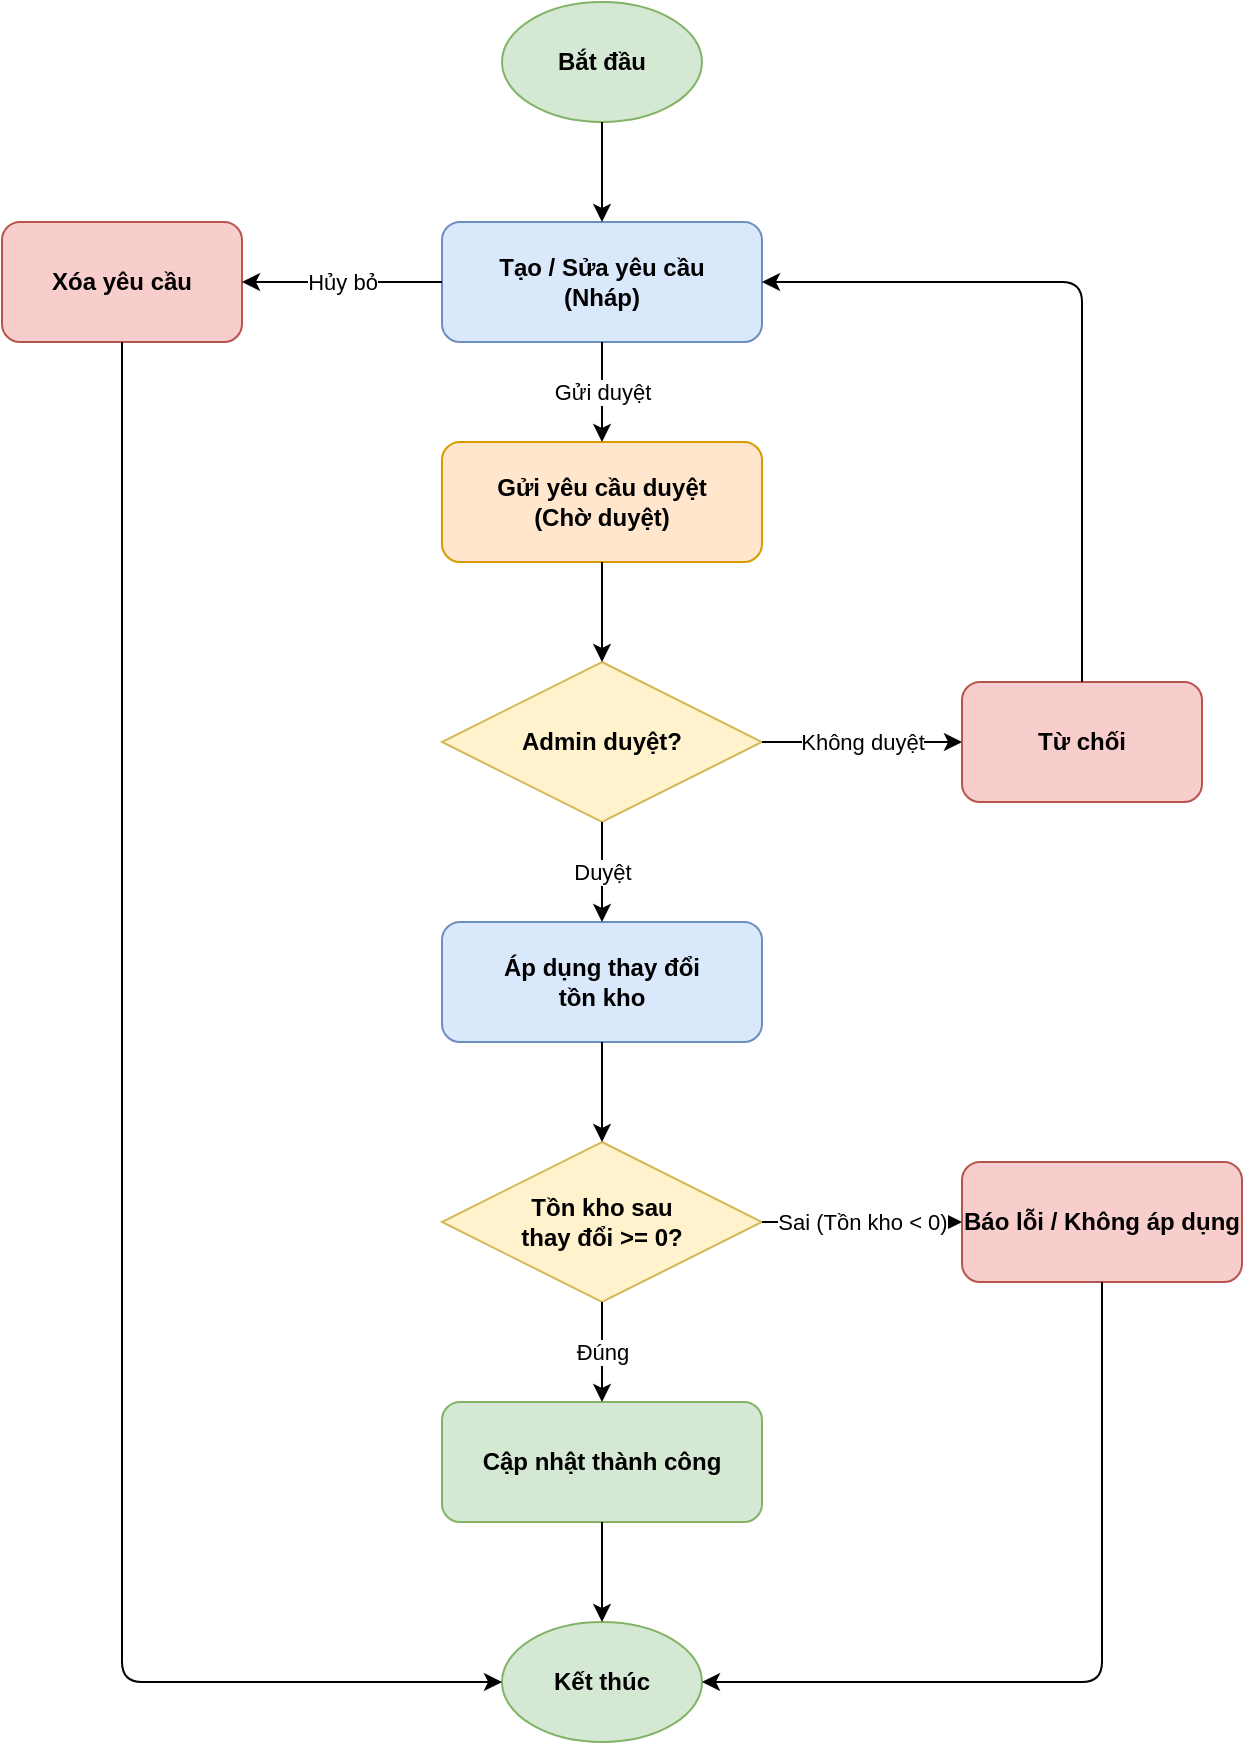
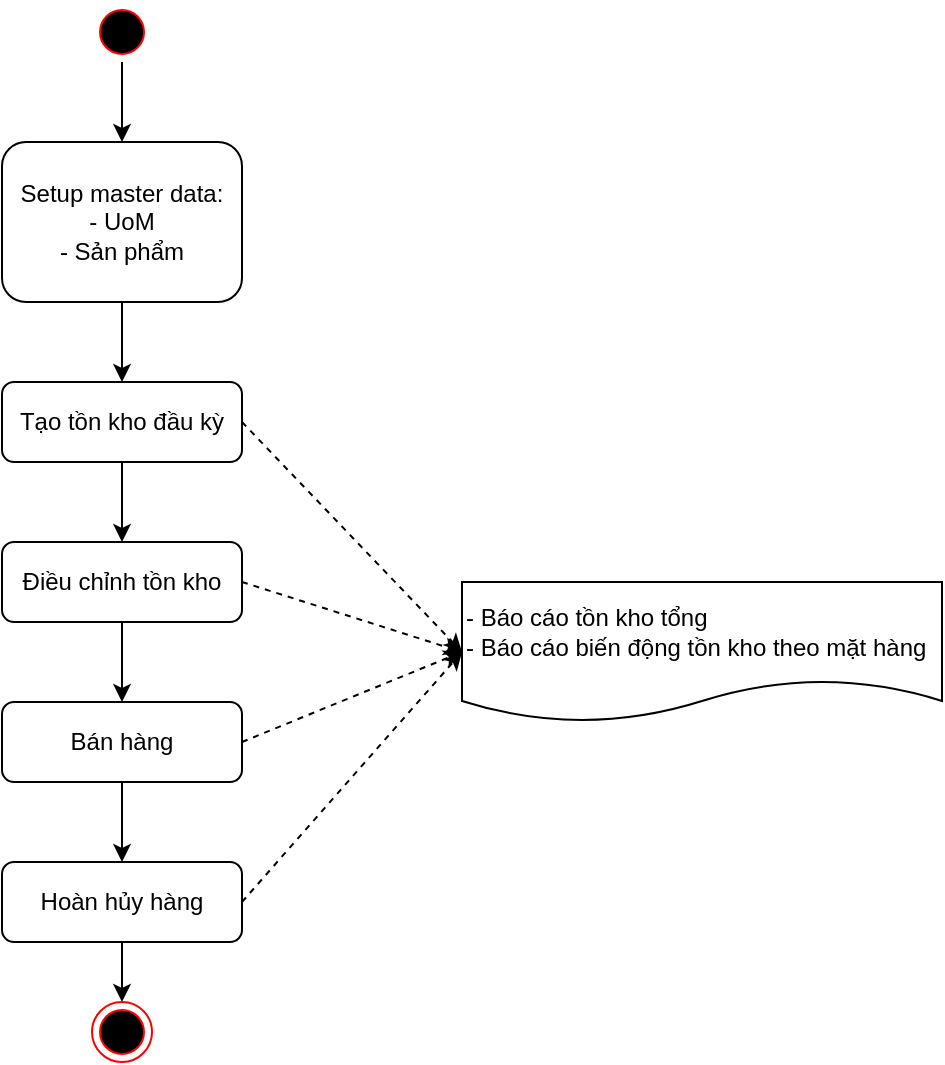
<mxfile host="app.diagrams.net">
-   <diagram name="Quy trình Điều chỉnh tồn kho" id="0">
-     <mxGraphModel dx="1414" dy="880" grid="1" gridSize="10" guides="1" tooltips="1" connect="1" arrows="1" fold="1" page="1" pageScale="1" pageWidth="827" pageHeight="1169" math="0" shadow="0">
+   <diagram id="wDYELTdi4v3dXSynDQ-u" name="Page-2">
+     <mxGraphModel dx="717" dy="473" grid="1" gridSize="10" guides="1" tooltips="1" connect="1" arrows="1" fold="1" page="1" pageScale="1" pageWidth="827" pageHeight="1169" math="0" shadow="0">
      <root>
        <mxCell id="0" />
        <mxCell id="1" parent="0" />
-         <mxCell id="2" parent="1" style="ellipse;whiteSpace=wrap;html=1;fillColor=#d5e8d4;strokeColor=#82b366;fontStyle=1;" value="Bắt đầu" vertex="1">
-           <mxGeometry height="60" width="100" x="400" y="50" as="geometry" />
-         </mxCell>
-         <mxCell id="3" parent="1" style="rounded=1;whiteSpace=wrap;html=1;fillColor=#dae8fc;strokeColor=#6c8ebf;fontStyle=1;" value="Tạo / Sửa yêu cầu&#xa;(Nháp)" vertex="1">
-           <mxGeometry height="60" width="160" x="370" y="160" as="geometry" />
-         </mxCell>
-         <mxCell id="4" parent="1" style="rounded=1;whiteSpace=wrap;html=1;fillColor=#f8cecc;strokeColor=#b85450;fontStyle=1;" value="Xóa yêu cầu" vertex="1">
-           <mxGeometry height="60" width="120" x="150" y="160" as="geometry" />
-         </mxCell>
-         <mxCell id="5" parent="1" style="rounded=1;whiteSpace=wrap;html=1;fillColor=#ffe6cc;strokeColor=#d79b00;fontStyle=1;" value="Gửi yêu cầu duyệt&#xa;(Chờ duyệt)" vertex="1">
-           <mxGeometry height="60" width="160" x="370" y="270" as="geometry" />
-         </mxCell>
-         <mxCell id="6" parent="1" style="rhombus;whiteSpace=wrap;html=1;fillColor=#fff2cc;strokeColor=#d6b656;fontStyle=1;" value="Admin duyệt?" vertex="1">
-           <mxGeometry height="80" width="160" x="370" y="380" as="geometry" />
-         </mxCell>
-         <mxCell id="7" parent="1" style="rounded=1;whiteSpace=wrap;html=1;fillColor=#f8cecc;strokeColor=#b85450;fontStyle=1;" value="Từ chối" vertex="1">
-           <mxGeometry height="60" width="120" x="630" y="390" as="geometry" />
-         </mxCell>
-         <mxCell id="8" parent="1" style="rounded=1;whiteSpace=wrap;html=1;fillColor=#dae8fc;strokeColor=#6c8ebf;fontStyle=1;" value="Áp dụng thay đổi&#xa;tồn kho" vertex="1">
-           <mxGeometry height="60" width="160" x="370" y="510" as="geometry" />
-         </mxCell>
-         <mxCell id="9" parent="1" style="rhombus;whiteSpace=wrap;html=1;fillColor=#fff2cc;strokeColor=#d6b656;fontStyle=1;" value="Tồn kho sau&#xa;thay đổi &gt;= 0?" vertex="1">
-           <mxGeometry height="80" width="160" x="370" y="620" as="geometry" />
-         </mxCell>
-         <mxCell id="10" parent="1" style="rounded=1;whiteSpace=wrap;html=1;fillColor=#f8cecc;strokeColor=#b85450;fontStyle=1;" value="Báo lỗi / Không áp dụng" vertex="1">
-           <mxGeometry height="60" width="140" x="630" y="630" as="geometry" />
-         </mxCell>
-         <mxCell id="11" parent="1" style="rounded=1;whiteSpace=wrap;html=1;fillColor=#d5e8d4;strokeColor=#82b366;fontStyle=1;" value="Cập nhật thành công" vertex="1">
-           <mxGeometry height="60" width="160" x="370" y="750" as="geometry" />
-         </mxCell>
-         <mxCell id="12" parent="1" style="ellipse;whiteSpace=wrap;html=1;fillColor=#d5e8d4;strokeColor=#82b366;fontStyle=1;" value="Kết thúc" vertex="1">
-           <mxGeometry height="60" width="100" x="400" y="860" as="geometry" />
-         </mxCell>
-         <mxCell id="e1" edge="1" parent="1" source="2" style="edgeStyle=orthogonalEdgeStyle;rounded=1;orthogonalLoop=1;jettySize=auto;html=1;" target="3" value="">
+         <mxCell id="L1_8k1_psxiAruT_MEx9-6" edge="1" parent="1" source="L1_8k1_psxiAruT_MEx9-1" style="edgeStyle=orthogonalEdgeStyle;rounded=0;orthogonalLoop=1;jettySize=auto;html=1;" target="L1_8k1_psxiAruT_MEx9-5" value="">
          <mxGeometry relative="1" as="geometry" />
        </mxCell>
-         <mxCell id="e2" edge="1" parent="1" source="3" style="edgeStyle=orthogonalEdgeStyle;rounded=1;orthogonalLoop=1;jettySize=auto;html=1;" target="4" value="Hủy bỏ">
+         <mxCell id="L1_8k1_psxiAruT_MEx9-1" parent="1" style="rounded=1;whiteSpace=wrap;html=1;" value="Setup master data:&lt;div&gt;- UoM&lt;/div&gt;&lt;div&gt;- Sản phẩm&lt;/div&gt;" vertex="1">
+           <mxGeometry height="80" width="120" x="320" y="80" as="geometry" />
+         </mxCell>
+         <mxCell id="L1_8k1_psxiAruT_MEx9-4" edge="1" parent="1" source="L1_8k1_psxiAruT_MEx9-2" style="edgeStyle=orthogonalEdgeStyle;rounded=0;orthogonalLoop=1;jettySize=auto;html=1;exitX=0.5;exitY=1;exitDx=0;exitDy=0;" target="L1_8k1_psxiAruT_MEx9-1">
          <mxGeometry relative="1" as="geometry" />
        </mxCell>
-         <mxCell id="e3" edge="1" parent="1" source="3" style="edgeStyle=orthogonalEdgeStyle;rounded=1;orthogonalLoop=1;jettySize=auto;html=1;" target="5" value="Gửi duyệt">
+         <mxCell id="L1_8k1_psxiAruT_MEx9-2" parent="1" style="ellipse;html=1;shape=startState;fillColor=#000000;strokeColor=#ff0000;" value="" vertex="1">
+           <mxGeometry height="30" width="30" x="365" y="10" as="geometry" />
+         </mxCell>
+         <mxCell id="L1_8k1_psxiAruT_MEx9-8" edge="1" parent="1" source="L1_8k1_psxiAruT_MEx9-5" style="edgeStyle=orthogonalEdgeStyle;rounded=0;orthogonalLoop=1;jettySize=auto;html=1;" target="L1_8k1_psxiAruT_MEx9-7" value="">
          <mxGeometry relative="1" as="geometry" />
        </mxCell>
-         <mxCell id="e4" edge="1" parent="1" source="5" style="edgeStyle=orthogonalEdgeStyle;rounded=1;orthogonalLoop=1;jettySize=auto;html=1;" target="6" value="">
+         <mxCell id="L1_8k1_psxiAruT_MEx9-21" edge="1" parent="1" source="L1_8k1_psxiAruT_MEx9-5" style="edgeStyle=none;shape=connector;rounded=0;orthogonalLoop=1;jettySize=auto;html=1;exitX=1;exitY=0.5;exitDx=0;exitDy=0;entryX=0;entryY=0.5;entryDx=0;entryDy=0;dashed=1;strokeColor=default;align=center;verticalAlign=middle;fontFamily=Helvetica;fontSize=11;fontColor=default;labelBackgroundColor=default;endArrow=classic;" target="L1_8k1_psxiAruT_MEx9-15">
          <mxGeometry relative="1" as="geometry" />
        </mxCell>
-         <mxCell id="e5" edge="1" parent="1" source="6" style="edgeStyle=orthogonalEdgeStyle;rounded=1;orthogonalLoop=1;jettySize=auto;html=1;" target="7" value="Không duyệt">
+         <mxCell id="L1_8k1_psxiAruT_MEx9-5" parent="1" style="rounded=1;whiteSpace=wrap;html=1;" value="Tạo tồn kho đầu kỳ" vertex="1">
+           <mxGeometry height="40" width="120" x="320" y="200" as="geometry" />
+         </mxCell>
+         <mxCell id="L1_8k1_psxiAruT_MEx9-10" edge="1" parent="1" source="L1_8k1_psxiAruT_MEx9-7" style="edgeStyle=orthogonalEdgeStyle;rounded=0;orthogonalLoop=1;jettySize=auto;html=1;" target="L1_8k1_psxiAruT_MEx9-9" value="">
          <mxGeometry relative="1" as="geometry" />
        </mxCell>
-         <mxCell id="e6" edge="1" parent="1" source="6" style="edgeStyle=orthogonalEdgeStyle;rounded=1;orthogonalLoop=1;jettySize=auto;html=1;" target="8" value="Duyệt">
+         <mxCell id="L1_8k1_psxiAruT_MEx9-7" parent="1" style="rounded=1;whiteSpace=wrap;html=1;" value="Điều chỉnh tồn kho" vertex="1">
+           <mxGeometry height="40" width="120" x="320" y="280" as="geometry" />
+         </mxCell>
+         <mxCell id="L1_8k1_psxiAruT_MEx9-14" edge="1" parent="1" source="L1_8k1_psxiAruT_MEx9-9" style="edgeStyle=orthogonalEdgeStyle;rounded=0;orthogonalLoop=1;jettySize=auto;html=1;" target="L1_8k1_psxiAruT_MEx9-13" value="">
          <mxGeometry relative="1" as="geometry" />
        </mxCell>
-         <mxCell id="e7" edge="1" parent="1" source="8" style="edgeStyle=orthogonalEdgeStyle;rounded=1;orthogonalLoop=1;jettySize=auto;html=1;" target="9" value="">
+         <mxCell id="L1_8k1_psxiAruT_MEx9-19" edge="1" parent="1" source="L1_8k1_psxiAruT_MEx9-9" style="edgeStyle=none;shape=connector;rounded=0;orthogonalLoop=1;jettySize=auto;html=1;exitX=1;exitY=0.5;exitDx=0;exitDy=0;entryX=0;entryY=0.5;entryDx=0;entryDy=0;dashed=1;strokeColor=default;align=center;verticalAlign=middle;fontFamily=Helvetica;fontSize=11;fontColor=default;labelBackgroundColor=default;endArrow=classic;" target="L1_8k1_psxiAruT_MEx9-15">
          <mxGeometry relative="1" as="geometry" />
        </mxCell>
-         <mxCell id="e8" edge="1" parent="1" source="9" style="edgeStyle=orthogonalEdgeStyle;rounded=1;orthogonalLoop=1;jettySize=auto;html=1;" target="10" value="Sai (Tồn kho &lt; 0)">
+         <mxCell id="L1_8k1_psxiAruT_MEx9-9" parent="1" style="rounded=1;whiteSpace=wrap;html=1;" value="Bán hàng" vertex="1">
+           <mxGeometry height="40" width="120" x="320" y="360" as="geometry" />
+         </mxCell>
+         <mxCell id="L1_8k1_psxiAruT_MEx9-20" edge="1" parent="1" source="L1_8k1_psxiAruT_MEx9-13" style="edgeStyle=none;shape=connector;rounded=0;orthogonalLoop=1;jettySize=auto;html=1;exitX=1;exitY=0.5;exitDx=0;exitDy=0;entryX=0;entryY=0.5;entryDx=0;entryDy=0;dashed=1;strokeColor=default;align=center;verticalAlign=middle;fontFamily=Helvetica;fontSize=11;fontColor=default;labelBackgroundColor=default;endArrow=classic;" target="L1_8k1_psxiAruT_MEx9-15">
          <mxGeometry relative="1" as="geometry" />
        </mxCell>
-         <mxCell id="e9" edge="1" parent="1" source="9" style="edgeStyle=orthogonalEdgeStyle;rounded=1;orthogonalLoop=1;jettySize=auto;html=1;" target="11" value="Đúng">
+         <mxCell id="L1_8k1_psxiAruT_MEx9-24" edge="1" parent="1" source="L1_8k1_psxiAruT_MEx9-13" style="edgeStyle=orthogonalEdgeStyle;shape=connector;rounded=0;orthogonalLoop=1;jettySize=auto;html=1;exitX=0.5;exitY=1;exitDx=0;exitDy=0;entryX=0.5;entryY=0;entryDx=0;entryDy=0;strokeColor=default;align=center;verticalAlign=middle;fontFamily=Helvetica;fontSize=11;fontColor=default;labelBackgroundColor=default;endArrow=classic;" target="L1_8k1_psxiAruT_MEx9-22">
          <mxGeometry relative="1" as="geometry" />
        </mxCell>
-         <mxCell id="e10" edge="1" parent="1" source="11" style="edgeStyle=orthogonalEdgeStyle;rounded=1;orthogonalLoop=1;jettySize=auto;html=1;" target="12" value="">
-           <mxGeometry relative="1" as="geometry" />
+         <mxCell id="L1_8k1_psxiAruT_MEx9-13" parent="1" style="rounded=1;whiteSpace=wrap;html=1;" value="Hoàn hủy hàng" vertex="1">
+           <mxGeometry height="40" width="120" x="320" y="440" as="geometry" />
        </mxCell>
-         <mxCell id="e11" edge="1" parent="1" source="7" style="edgeStyle=orthogonalEdgeStyle;rounded=1;orthogonalLoop=1;jettySize=auto;html=1;entryX=1;entryY=0.5;entryDx=0;entryDy=0;exitX=0.5;exitY=0;exitDx=0;exitDy=0;" target="3" value="">
-           <mxGeometry relative="1" as="geometry" />
+         <mxCell id="L1_8k1_psxiAruT_MEx9-15" parent="1" style="shape=document;whiteSpace=wrap;html=1;boundedLbl=1;align=left;" value="- Báo cáo tồn kho tổng&lt;br&gt;- Báo cáo biến động tồn kho theo mặt hàng&amp;nbsp;" vertex="1">
+           <mxGeometry height="70" width="240" x="550" y="300" as="geometry" />
        </mxCell>
-         <mxCell id="e12" edge="1" parent="1" source="10" style="edgeStyle=orthogonalEdgeStyle;rounded=1;orthogonalLoop=1;jettySize=auto;html=1;entryX=1;entryY=0.5;entryDx=0;entryDy=0;" target="12" value="">
+         <mxCell id="L1_8k1_psxiAruT_MEx9-18" edge="1" parent="1" source="L1_8k1_psxiAruT_MEx9-7" style="rounded=0;orthogonalLoop=1;jettySize=auto;html=1;exitX=1;exitY=0.5;exitDx=0;exitDy=0;dashed=1;entryX=0;entryY=0.5;entryDx=0;entryDy=0;" target="L1_8k1_psxiAruT_MEx9-15">
          <mxGeometry relative="1" as="geometry">
-             <Array as="points">
-               <mxPoint x="700" y="890" />
-             </Array>
+             <mxPoint x="450" y="230" as="sourcePoint" />
+             <mxPoint x="571" y="321" as="targetPoint" />
          </mxGeometry>
        </mxCell>
-         <mxCell id="e13" edge="1" parent="1" source="4" style="edgeStyle=orthogonalEdgeStyle;rounded=1;orthogonalLoop=1;jettySize=auto;html=1;entryX=0;entryY=0.5;entryDx=0;entryDy=0;" target="12" value="">
-           <mxGeometry relative="1" as="geometry">
-             <Array as="points">
-               <mxPoint x="210" y="890" />
-             </Array>
-           </mxGeometry>
+         <mxCell id="L1_8k1_psxiAruT_MEx9-22" parent="1" style="ellipse;html=1;shape=endState;fillColor=#000000;strokeColor=#ff0000;fontFamily=Helvetica;fontSize=11;fontColor=default;labelBackgroundColor=default;" value="" vertex="1">
+           <mxGeometry height="30" width="30" x="365" y="510" as="geometry" />
        </mxCell>
      </root>
    </mxGraphModel>
  </diagram>
</mxfile>
